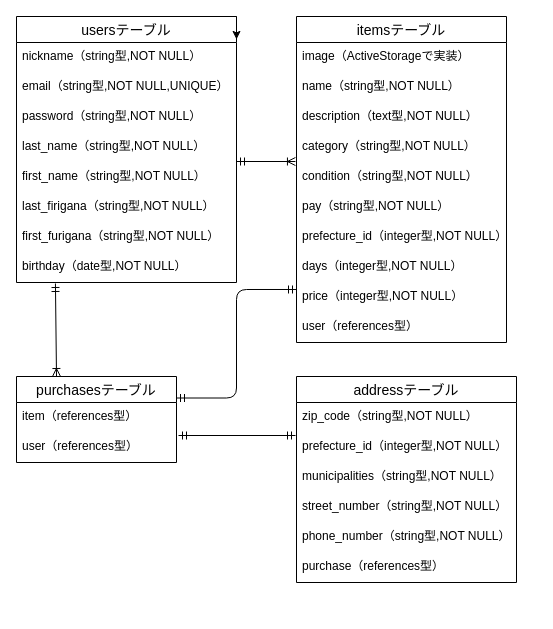
Above: test.dio in mitoshima0913/furima-35500-2 (draw.io), before the change. Source tidied: cells renumbered, new cells numbered last; positions are measured from the earlier drawing's top-left corner, leaving out a move shared by most shapes. Both pictures are drawn from the tidied source at 100%, with x=0, y=0 at pixel (16, 16).
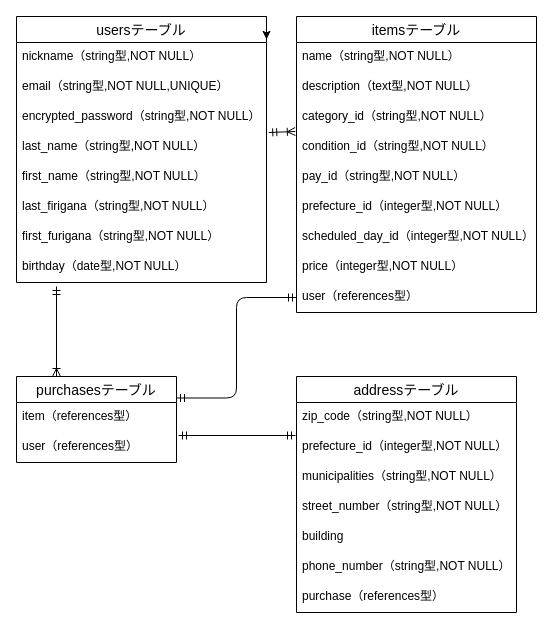
After the change.

Unchanged cells that the change refers to:
```xml
<mxCell id="23" value="purchasesテーブル" style="swimlane;fontStyle=0;horizontal=1;startSize=26;align=center;fontSize=14;" parent="1" vertex="1">
  <mxGeometry y="360" width="160" height="86" as="geometry" />
</mxCell>
```

Change to the diagram source:
```diff
@@
     <mxCell id="2" value="usersテーブル" style="swimlane;fontStyle=0;horizontal=1;startSize=26;align=center;fontSize=14;" parent="1" vertex="1">
-      <mxGeometry width="220" height="266" as="geometry" />
+      <mxGeometry width="250" height="266" as="geometry" />
     </mxCell>
     <mxCell id="3" value="nickname（string型,NOT NULL）&#10;&#10;&#10;&#10;" style="text;strokeColor=none;fillColor=none;spacingLeft=4;spacingRight=4;overflow=hidden;fontSize=12;" parent="2" vertex="1">
-      <mxGeometry y="26" width="220" height="30" as="geometry" />
+      <mxGeometry y="26" width="250" height="30" as="geometry" />
     </mxCell>
     <mxCell id="4" value="email（string型,NOT NULL,UNIQUE）" style="text;strokeColor=none;fillColor=none;spacingLeft=4;spacingRight=4;overflow=hidden;fontSize=12;" parent="2" vertex="1">
-      <mxGeometry y="56" width="220" height="30" as="geometry" />
+      <mxGeometry y="56" width="250" height="30" as="geometry" />
     </mxCell>
-    <mxCell id="5" value="password（string型,NOT NULL）" style="text;strokeColor=none;fillColor=none;spacingLeft=4;spacingRight=4;overflow=hidden;fontSize=12;" parent="2" vertex="1">
-      <mxGeometry y="86" width="220" height="30" as="geometry" />
+    <mxCell id="5" value="encrypted_password（string型,NOT NULL）" style="text;strokeColor=none;fillColor=none;spacingLeft=4;spacingRight=4;overflow=hidden;fontSize=12;" parent="2" vertex="1">
+      <mxGeometry y="86" width="250" height="30" as="geometry" />
     </mxCell>
     <mxCell id="6" value="last_name（string型,NOT NULL）" style="text;strokeColor=none;fillColor=none;spacingLeft=4;spacingRight=4;overflow=hidden;points=[[0,0.5],[1,0.5]];portConstraint=eastwest;fontSize=12;" parent="2" vertex="1">
-      <mxGeometry y="116" width="220" height="30" as="geometry" />
+      <mxGeometry y="116" width="250" height="30" as="geometry" />
     </mxCell>
     <mxCell id="7" value="first_name（string型,NOT NULL）" style="text;strokeColor=none;fillColor=none;spacingLeft=4;spacingRight=4;overflow=hidden;fontSize=12;" parent="2" vertex="1">
-      <mxGeometry y="146" width="220" height="30" as="geometry" />
+      <mxGeometry y="146" width="250" height="30" as="geometry" />
     </mxCell>
     <mxCell id="8" value="last_firigana（string型,NOT NULL）" style="text;strokeColor=none;fillColor=none;spacingLeft=4;spacingRight=4;overflow=hidden;fontSize=12;" parent="2" vertex="1">
-      <mxGeometry y="176" width="220" height="30" as="geometry" />
+      <mxGeometry y="176" width="250" height="30" as="geometry" />
     </mxCell>
     <mxCell id="9" value="first_furigana（string型,NOT NULL）" style="text;strokeColor=none;fillColor=none;spacingLeft=4;spacingRight=4;overflow=hidden;fontSize=12;" parent="2" vertex="1">
-      <mxGeometry y="206" width="220" height="30" as="geometry" />
+      <mxGeometry y="206" width="250" height="30" as="geometry" />
     </mxCell>
     <mxCell id="10" value="birthday（date型,NOT NULL）" style="text;strokeColor=none;fillColor=none;spacingLeft=4;spacingRight=4;overflow=hidden;points=[[0,0.5],[1,0.5]];portConstraint=eastwest;fontSize=12;" parent="2" vertex="1">
-      <mxGeometry y="236" width="220" height="30" as="geometry" />
+      <mxGeometry y="236" width="250" height="30" as="geometry" />
     </mxCell>
@@
     <mxCell id="12" value="itemsテーブル" style="swimlane;fontStyle=0;horizontal=1;startSize=26;align=center;fontSize=14;" parent="1" vertex="1">
-      <mxGeometry x="280" width="210" height="326" as="geometry" />
+      <mxGeometry x="280" width="240" height="296" as="geometry" />
     </mxCell>
-    <mxCell id="13" value="image（ActiveStorageで実装）" style="text;strokeColor=none;fillColor=none;spacingLeft=4;spacingRight=4;overflow=hidden;fontSize=12;" parent="12" vertex="1">
-      <mxGeometry y="26" width="210" height="30" as="geometry" />
-    </mxCell>
     <mxCell id="14" value="name（string型,NOT NULL）" style="text;strokeColor=none;fillColor=none;spacingLeft=4;spacingRight=4;overflow=hidden;fontSize=12;" parent="12" vertex="1">
-      <mxGeometry y="56" width="210" height="30" as="geometry" />
+      <mxGeometry y="26" width="240" height="30" as="geometry" />
     </mxCell>
     <mxCell id="15" value="description（text型,NOT NULL）" style="text;strokeColor=none;fillColor=none;spacingLeft=4;spacingRight=4;overflow=hidden;fontSize=12;" parent="12" vertex="1">
-      <mxGeometry y="86" width="210" height="30" as="geometry" />
+      <mxGeometry y="56" width="240" height="30" as="geometry" />
     </mxCell>
-    <mxCell id="16" value="category（string型,NOT NULL）" style="text;strokeColor=none;fillColor=none;spacingLeft=4;spacingRight=4;overflow=hidden;points=[[0,0.5],[1,0.5]];portConstraint=eastwest;fontSize=12;" parent="12" vertex="1">
-      <mxGeometry y="116" width="210" height="30" as="geometry" />
+    <mxCell id="16" value="category_id（string型,NOT NULL）" style="text;strokeColor=none;fillColor=none;spacingLeft=4;spacingRight=4;overflow=hidden;points=[[0,0.5],[1,0.5]];portConstraint=eastwest;fontSize=12;" parent="12" vertex="1">
+      <mxGeometry y="86" width="240" height="30" as="geometry" />
     </mxCell>
-    <mxCell id="17" value="condition（string型,NOT NULL）" style="text;strokeColor=none;fillColor=none;spacingLeft=4;spacingRight=4;overflow=hidden;fontSize=12;" parent="12" vertex="1">
-      <mxGeometry y="146" width="210" height="30" as="geometry" />
+    <mxCell id="17" value="condition_id（string型,NOT NULL）" style="text;strokeColor=none;fillColor=none;spacingLeft=4;spacingRight=4;overflow=hidden;fontSize=12;" parent="12" vertex="1">
+      <mxGeometry y="116" width="240" height="30" as="geometry" />
     </mxCell>
-    <mxCell id="18" value="pay（string型,NOT NULL）" style="text;strokeColor=none;fillColor=none;spacingLeft=4;spacingRight=4;overflow=hidden;fontSize=12;" parent="12" vertex="1">
-      <mxGeometry y="176" width="210" height="30" as="geometry" />
+    <mxCell id="18" value="pay_id（string型,NOT NULL）" style="text;strokeColor=none;fillColor=none;spacingLeft=4;spacingRight=4;overflow=hidden;fontSize=12;" parent="12" vertex="1">
+      <mxGeometry y="146" width="240" height="30" as="geometry" />
     </mxCell>
     <mxCell id="19" value="prefecture_id（integer型,NOT NULL）" style="text;strokeColor=none;fillColor=none;spacingLeft=4;spacingRight=4;overflow=hidden;fontSize=12;" parent="12" vertex="1">
-      <mxGeometry y="206" width="210" height="30" as="geometry" />
+      <mxGeometry y="176" width="240" height="30" as="geometry" />
     </mxCell>
-    <mxCell id="20" value="days（integer型,NOT NULL）" style="text;strokeColor=none;fillColor=none;spacingLeft=4;spacingRight=4;overflow=hidden;fontSize=12;" parent="12" vertex="1">
-      <mxGeometry y="236" width="210" height="30" as="geometry" />
+    <mxCell id="20" value="scheduled_day_id（integer型,NOT NULL）" style="text;strokeColor=none;fillColor=none;spacingLeft=4;spacingRight=4;overflow=hidden;fontSize=12;" parent="12" vertex="1">
+      <mxGeometry y="206" width="240" height="30" as="geometry" />
     </mxCell>
     <mxCell id="21" value="price（integer型,NOT NULL）" style="text;strokeColor=none;fillColor=none;spacingLeft=4;spacingRight=4;overflow=hidden;points=[[0,0.5],[1,0.5]];portConstraint=eastwest;fontSize=12;" parent="12" vertex="1">
-      <mxGeometry y="266" width="210" height="30" as="geometry" />
+      <mxGeometry y="236" width="240" height="30" as="geometry" />
     </mxCell>
     <mxCell id="22" value="user（references型）" style="text;strokeColor=none;fillColor=none;spacingLeft=4;spacingRight=4;overflow=hidden;points=[[0,0.5],[1,0.5]];portConstraint=eastwest;fontSize=12;" parent="12" vertex="1">
-      <mxGeometry y="296" width="210" height="30" as="geometry" />
+      <mxGeometry y="266" width="240" height="30" as="geometry" />
     </mxCell>
@@
     <mxCell id="26" value="addressテーブル" style="swimlane;fontStyle=0;horizontal=1;startSize=26;align=center;fontSize=14;" parent="1" vertex="1">
-      <mxGeometry x="280" y="360" width="220" height="206" as="geometry" />
+      <mxGeometry x="280" y="360" width="220" height="236" as="geometry" />
     </mxCell>
@@
+    <mxCell id="37" value="building" style="text;strokeColor=none;fillColor=none;spacingLeft=4;spacingRight=4;overflow=hidden;fontSize=12;" parent="26" vertex="1">
+      <mxGeometry y="146" width="220" height="30" as="geometry" />
+    </mxCell>
     <mxCell id="31" value="phone_number（string型,NOT NULL）" style="text;strokeColor=none;fillColor=none;spacingLeft=4;spacingRight=4;overflow=hidden;fontSize=12;" parent="26" vertex="1">
-      <mxGeometry y="146" width="220" height="30" as="geometry" />
+      <mxGeometry y="176" width="220" height="30" as="geometry" />
     </mxCell>
     <mxCell id="32" value="purchase（references型）" style="text;strokeColor=none;fillColor=none;spacingLeft=4;spacingRight=4;overflow=hidden;fontSize=12;" parent="26" vertex="1">
-      <mxGeometry y="176" width="220" height="30" as="geometry" />
+      <mxGeometry y="206" width="220" height="30" as="geometry" />
     </mxCell>
-    <mxCell id="33" style="fontSize=12;html=1;endArrow=ERoneToMany;startArrow=ERmandOne;entryX=-0.005;entryY=0.967;entryDx=0;entryDy=0;entryPerimeter=0;" parent="1" edge="1" target="16">
-      <mxGeometry relative="1" as="geometry">
-        <mxPoint x="220" y="145" as="sourcePoint" />
-      </mxGeometry>
+    <mxCell id="33" style="fontSize=12;html=1;endArrow=ERoneToMany;startArrow=ERmandOne;entryX=-0.005;entryY=0.967;entryDx=0;entryDy=0;entryPerimeter=0;exitX=1.009;exitY=0;exitDx=0;exitDy=0;exitPerimeter=0;" parent="1" edge="1" source="6" target="16">
+      <mxGeometry relative="1" as="geometry" />
     </mxCell>
-    <mxCell id="34" style="fontSize=12;html=1;endArrow=ERoneToMany;startArrow=ERmandOne;entryX=0.25;entryY=0;entryDx=0;entryDy=0;exitX=0.177;exitY=1.033;exitDx=0;exitDy=0;exitPerimeter=0;" parent="1" edge="1" source="10" target="23">
-      <mxGeometry relative="1" as="geometry" />
+    <mxCell id="34" style="fontSize=12;html=1;endArrow=ERoneToMany;startArrow=ERmandOne;entryX=0.25;entryY=0;entryDx=0;entryDy=0;" parent="1" edge="1" target="23">
+      <mxGeometry relative="1" as="geometry">
+        <mxPoint x="40" y="270" as="sourcePoint" />
+      </mxGeometry>
     </mxCell>
-    <mxCell id="35" style="edgeStyle=orthogonalEdgeStyle;fontSize=12;html=1;endArrow=ERmandOne;startArrow=ERmandOne;entryX=0;entryY=0.233;entryDx=0;entryDy=0;entryPerimeter=0;exitX=1;exitY=0.25;exitDx=0;exitDy=0;" parent="1" edge="1" source="23" target="21">
+    <mxCell id="35" style="edgeStyle=orthogonalEdgeStyle;fontSize=12;html=1;endArrow=ERmandOne;startArrow=ERmandOne;entryX=0;entryY=0.5;entryDx=0;entryDy=0;exitX=1;exitY=0.25;exitDx=0;exitDy=0;" parent="1" edge="1" source="23" target="22">
       <mxGeometry relative="1" as="geometry" />
     </mxCell>
```
